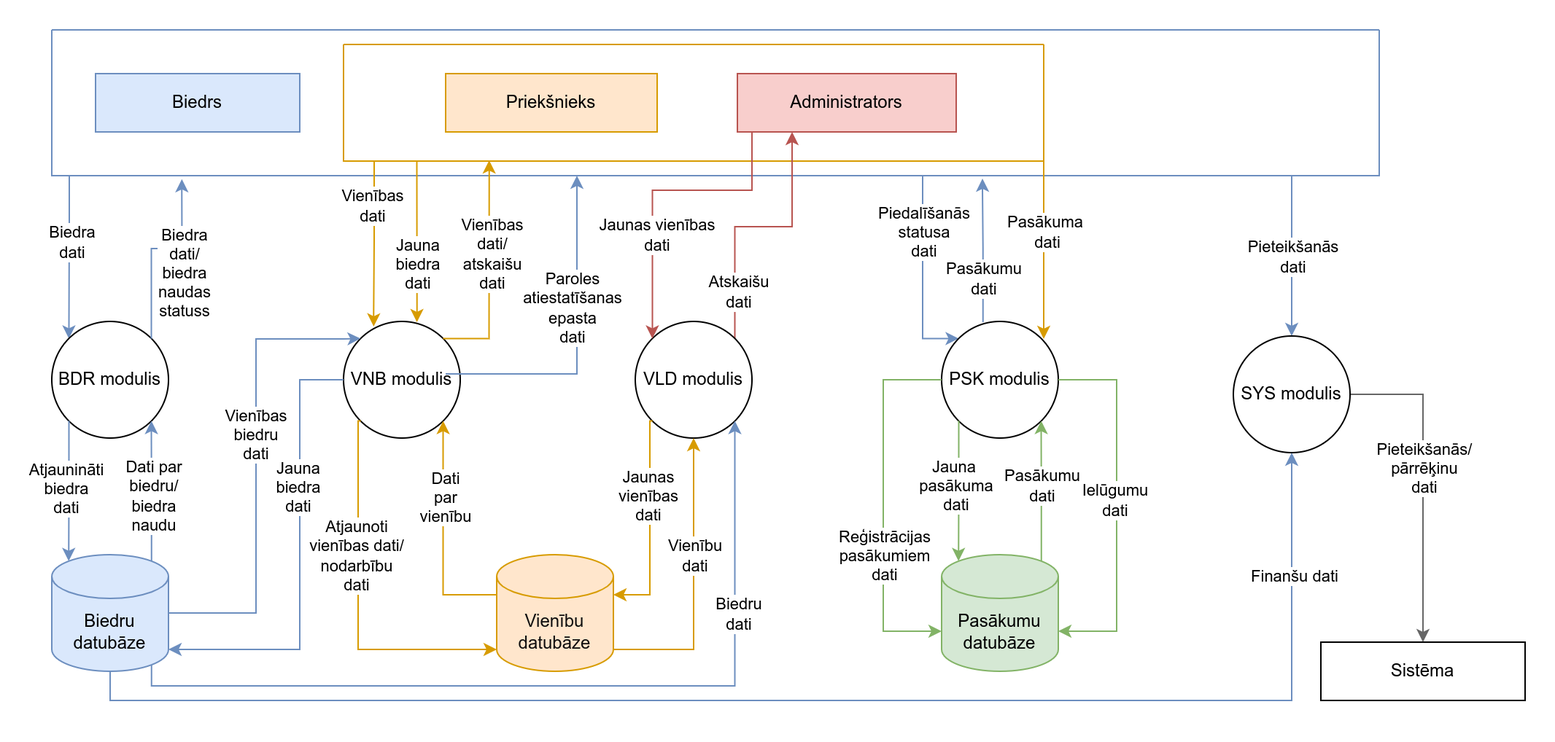
This is Documentation/1_limena_dpd.png from JekabsVanags/LSGCO_IS, a draw.io export, as it was before one commit. Source tidied: cells renumbered, new cells last; positions are measured from the earlier drawing's top-left corner, leaving out a move shared by most shapes.
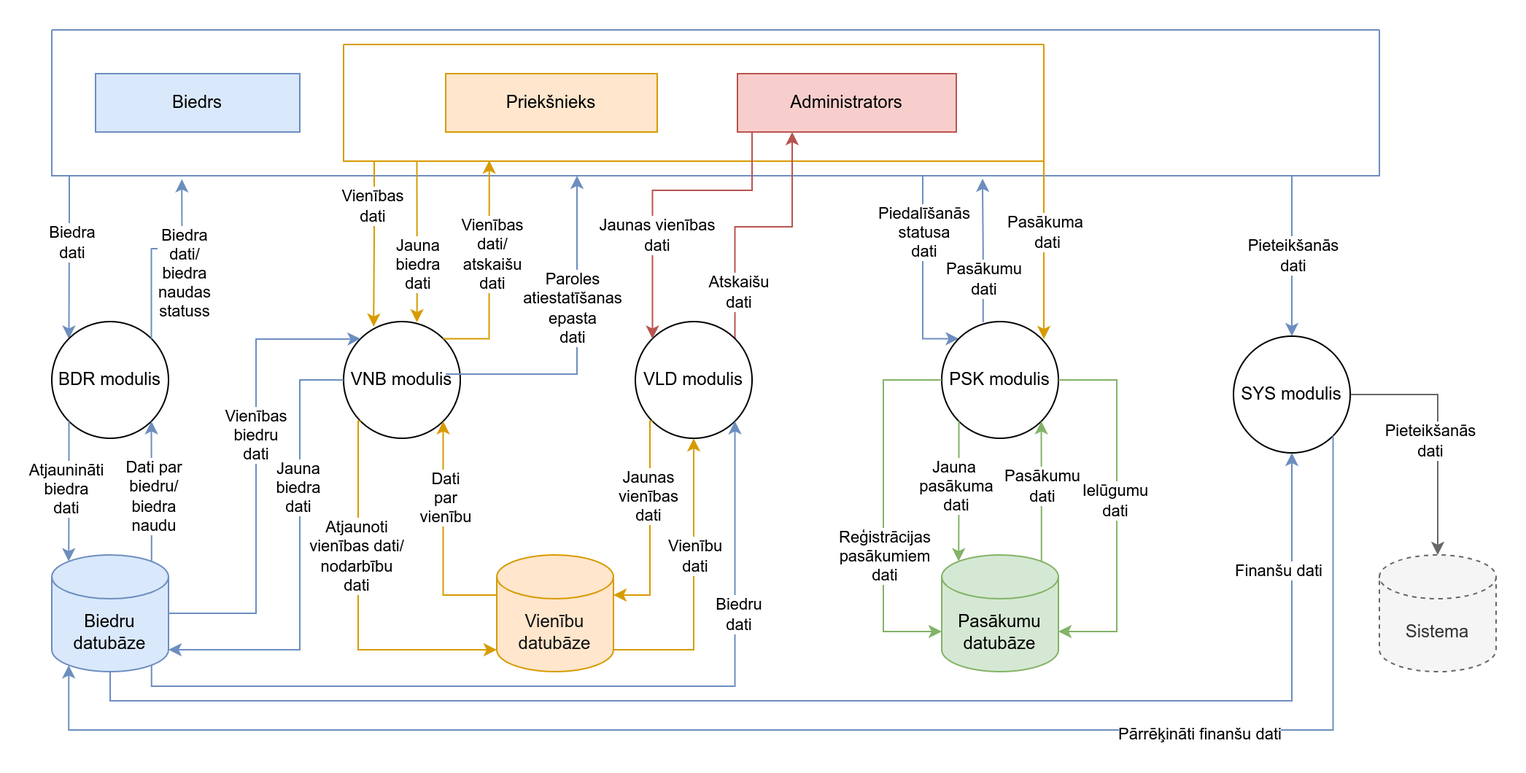
Above is the later version.

The edit, as a diff of the source:
```diff
@@ -107,7 +107,9 @@
       <mxGeometry relative="1" as="geometry" />
     </mxCell>
     <mxCell id="26" value="Finanšu dati" style="edgeLabel;html=1;align=center;verticalAlign=middle;" parent="25" vertex="1">
-      <mxGeometry x="0.83" y="-1" relative="1" as="geometry" />
+      <mxGeometry x="0.83" y="-1" relative="1" as="geometry">
+        <mxPoint x="-11" y="-4" as="offset" />
+      </mxGeometry>
     </mxCell>
     <mxCell id="27" value="Biedru datubāze" style="shape=cylinder3;whiteSpace=wrap;html=1;boundedLbl=1;backgroundOutline=1;size=15;fillColor=#dae8fc;strokeColor=#6c8ebf;" parent="1" vertex="1">
       <mxGeometry y="360" width="80" height="80" as="geometry" />
@@ -289,10 +291,10 @@
         <mxPoint x="-1" y="18" as="offset" />
       </mxGeometry>
     </mxCell>
-    <mxCell id="62" style="edgeStyle=orthogonalEdgeStyle;rounded=0;jettySize=auto;html=1;exitX=1;exitY=0.5;exitDx=0;exitDy=0;fillColor=#f5f5f5;strokeColor=#666666;" parent="1" edge="1" source="64" target="65">
+    <mxCell id="62" style="edgeStyle=orthogonalEdgeStyle;rounded=0;jettySize=auto;html=1;exitX=1;exitY=0.5;exitDx=0;exitDy=0;fillColor=#f5f5f5;strokeColor=#666666;entryX=0.5;entryY=0;entryDx=0;entryDy=0;entryPerimeter=0;" parent="1" edge="1" source="64" target="70">
       <mxGeometry relative="1" as="geometry" />
     </mxCell>
-    <mxCell id="63" value="Pieteikšanās/&lt;br&gt;pārrēķinu&lt;br&gt;dati" style="edgeLabel;html=1;align=center;verticalAlign=middle;" parent="62" vertex="1">
+    <mxCell id="63" value="Pieteikšanās&lt;br&gt;dati" style="edgeLabel;html=1;align=center;verticalAlign=middle;" parent="62" vertex="1">
       <mxGeometry x="-0.37" relative="1" as="geometry">
         <mxPoint y="31" as="offset" />
       </mxGeometry>
@@ -300,9 +302,6 @@
     <mxCell id="64" value="SYS modulis" style="ellipse;whiteSpace=wrap;html=1;" parent="1" vertex="1">
       <mxGeometry x="810" y="210" width="80" height="80" as="geometry" />
     </mxCell>
-    <mxCell id="65" value="Sistēma" style="rounded=0;whiteSpace=wrap;html=1;" parent="1" vertex="1">
-      <mxGeometry x="870" y="420" width="140" height="40" as="geometry" />
-    </mxCell>
     <mxCell id="66" style="edgeStyle=orthogonalEdgeStyle;rounded=0;jettySize=auto;html=1;exitX=1;exitY=0.5;exitDx=0;exitDy=0;entryX=1;entryY=0;entryDx=0;entryDy=52.5;entryPerimeter=0;fillColor=#d5e8d4;strokeColor=#82b366;" parent="1" edge="1" source="18" target="35">
       <mxGeometry relative="1" as="geometry">
         <Array as="points">
@@ -327,5 +326,19 @@
     <mxCell id="69" value="Paroles&lt;br&gt;atiestatīšanas&lt;br&gt;epasta&lt;br&gt;dati" style="edgeLabel;html=1;align=center;verticalAlign=middle;" parent="68" vertex="1">
       <mxGeometry x="0.2" y="4" relative="1" as="geometry" />
     </mxCell>
+    <mxCell id="70" value="Sistema" style="shape=cylinder3;whiteSpace=wrap;html=1;boundedLbl=1;backgroundOutline=1;size=15;dashed=1;fillColor=#f5f5f5;fontColor=#333333;strokeColor=#666666;" parent="1" vertex="1">
+      <mxGeometry x="910" y="360" width="80" height="80" as="geometry" />
+    </mxCell>
+    <mxCell id="71" style="edgeStyle=orthogonalEdgeStyle;rounded=0;jettySize=auto;html=1;exitX=1;exitY=1;exitDx=0;exitDy=0;entryX=0.145;entryY=1;entryDx=0;entryDy=-4.35;entryPerimeter=0;fillColor=#dae8fc;strokeColor=#6c8ebf;" parent="1" edge="1" source="64" target="27">
+      <mxGeometry relative="1" as="geometry">
+        <Array as="points">
+          <mxPoint x="878" y="480" />
+          <mxPoint x="12" y="480" />
+        </Array>
+      </mxGeometry>
+    </mxCell>
+    <mxCell id="72" value="Pārrēķināti finanšu dati" style="edgeLabel;html=1;align=center;verticalAlign=middle;" parent="71" vertex="1">
+      <mxGeometry x="-0.47" y="2" relative="1" as="geometry" />
+    </mxCell>
   </root>
 </mxGraphModel>
```
